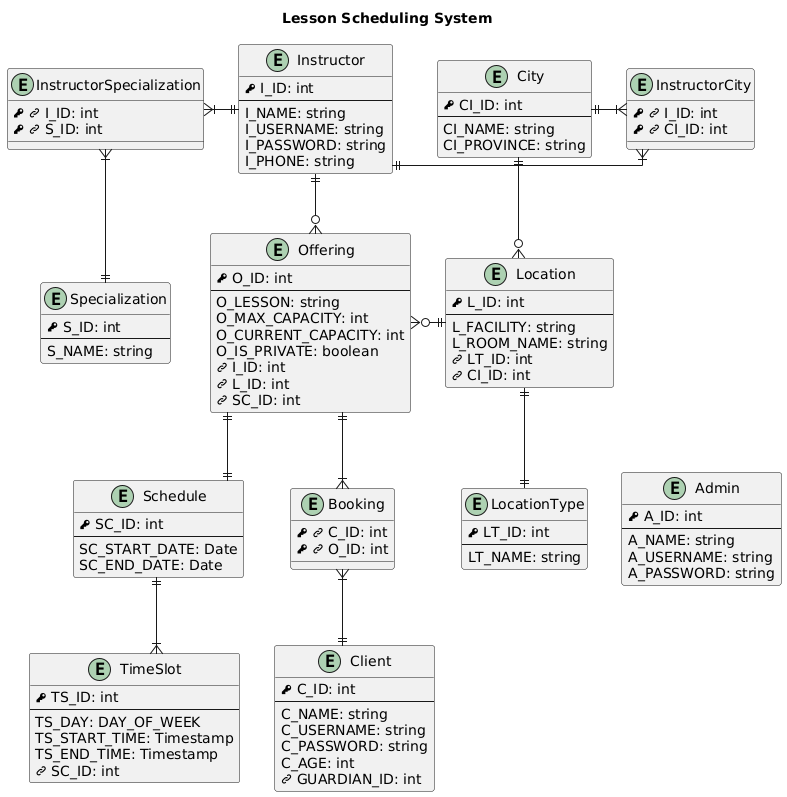
NathanGrenier/SOEN-342-Project keeps this PlantUML diagram as diagrams/out/entity-relationship-diagram/ERD for Database.png. Above is the earlier version. The source it was exported from:
```plantuml
@startuml ERD for Database
title Lesson Scheduling System

skinparam linetype ortho

!define PK <&key>
!define FK <&link-intact>

entity City {
    PK CI_ID: int
    --
    CI_NAME: string
    CI_PROVINCE: string
}

entity LocationType {
    PK LT_ID: int
    --
    LT_NAME: string
}

entity Location {
    PK L_ID: int
    --
    L_FACILITY: string
    L_ROOM_NAME: string
    FK LT_ID: int
    FK CI_ID: int
}

entity Admin {
    PK A_ID: int
    --
    A_NAME: string
    A_USERNAME: string
    A_PASSWORD: string
}
entity Client {
    PK C_ID: int
    --
    C_NAME: string
    C_USERNAME: string
    C_PASSWORD: string
    C_AGE: int
    FK GUARDIAN_ID: int
}

entity Instructor {
    PK I_ID: int
    --
    I_NAME: string
    I_USERNAME: string
    I_PASSWORD: string
    I_PHONE: string
}
entity InstructorCity{
    PK FK I_ID: int
    PK FK CI_ID: int
}

entity Specialization {
    PK S_ID: int
    --
    S_NAME: string
}
entity InstructorSpecialization {
    PK FK I_ID: int
    PK FK S_ID: int
}

entity Schedule {
    PK SC_ID: int
    --
    SC_START_DATE: Date
    SC_END_DATE: Date
}
entity TimeSlot {
    PK TS_ID: int
    --
    TS_DAY: DAY_OF_WEEK
    TS_START_TIME: Timestamp
    TS_END_TIME: Timestamp
    FK SC_ID: int
}

entity Offering {
    PK O_ID: int
    --
    O_LESSON: string
    O_MAX_CAPACITY: int
    O_CURRENT_CAPACITY: int
    O_IS_PRIVATE: boolean
    FK I_ID: int
    FK L_ID: int
    FK SC_ID: int
}

entity Booking {
    PK FK C_ID: int
    PK FK O_ID: int
}

Location ||--|| LocationType

Offering }o-up-|| Instructor
Offering ||--|{ Booking
Offering }o-|| Location
Offering ||--|| Schedule

Booking }|--|| Client

City ||-o{ Location
City ||-|{ InstructorCity

Schedule ||--|{ TimeSlot

Instructor ||-right-|{ InstructorCity
Instructor ||-left-|{ InstructorSpecialization

InstructorSpecialization }|--|| Specialization

Location ||-|| Empty
Empty -- Admin
hide Empty
@enduml
```
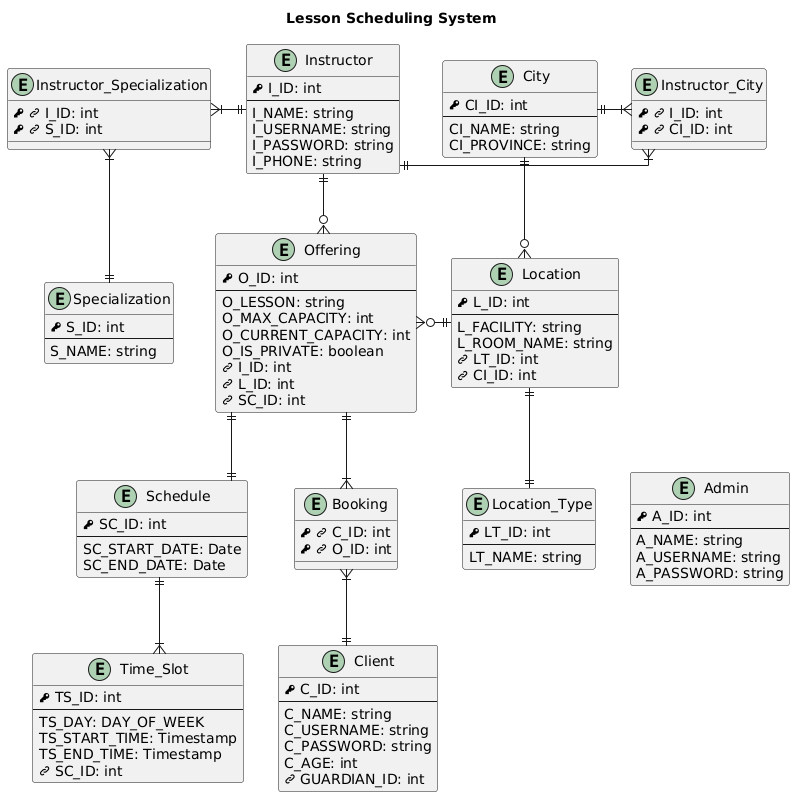
After the change.

Change to the diagram source:
```diff
@@ -1,4 +1,4 @@
-@startuml ERD for Database
+@startuml
 title Lesson Scheduling System
 
 skinparam linetype ortho
@@ -13,7 +13,7 @@
     CI_PROVINCE: string
 }
 
-entity LocationType {
+entity Location_Type {
     PK LT_ID: int
     --
     LT_NAME: string
@@ -53,7 +53,7 @@
     I_PASSWORD: string
     I_PHONE: string
 }
-entity InstructorCity{
+entity Instructor_City{
     PK FK I_ID: int
     PK FK CI_ID: int
 }
@@ -63,7 +63,7 @@
     --
     S_NAME: string
 }
-entity InstructorSpecialization {
+entity Instructor_Specialization {
     PK FK I_ID: int
     PK FK S_ID: int
 }
@@ -74,7 +74,7 @@
     SC_START_DATE: Date
     SC_END_DATE: Date
 }
-entity TimeSlot {
+entity Time_Slot {
     PK TS_ID: int
     --
     TS_DAY: DAY_OF_WEEK
@@ -100,7 +100,7 @@
     PK FK O_ID: int
 }
 
-Location ||--|| LocationType
+Location ||--|| Location_Type
 
 Offering }o-up-|| Instructor
 Offering ||--|{ Booking
@@ -110,14 +110,14 @@
 Booking }|--|| Client
 
 City ||-o{ Location
-City ||-|{ InstructorCity
+City ||-|{ Instructor_City
 
-Schedule ||--|{ TimeSlot
+Schedule ||--|{ Time_Slot
 
-Instructor ||-right-|{ InstructorCity
-Instructor ||-left-|{ InstructorSpecialization
+Instructor ||-right-|{ Instructor_City
+Instructor ||-left-|{ Instructor_Specialization
 
-InstructorSpecialization }|--|| Specialization
+Instructor_Specialization }|--|| Specialization
 
 Location ||-|| Empty
 Empty -- Admin
```
